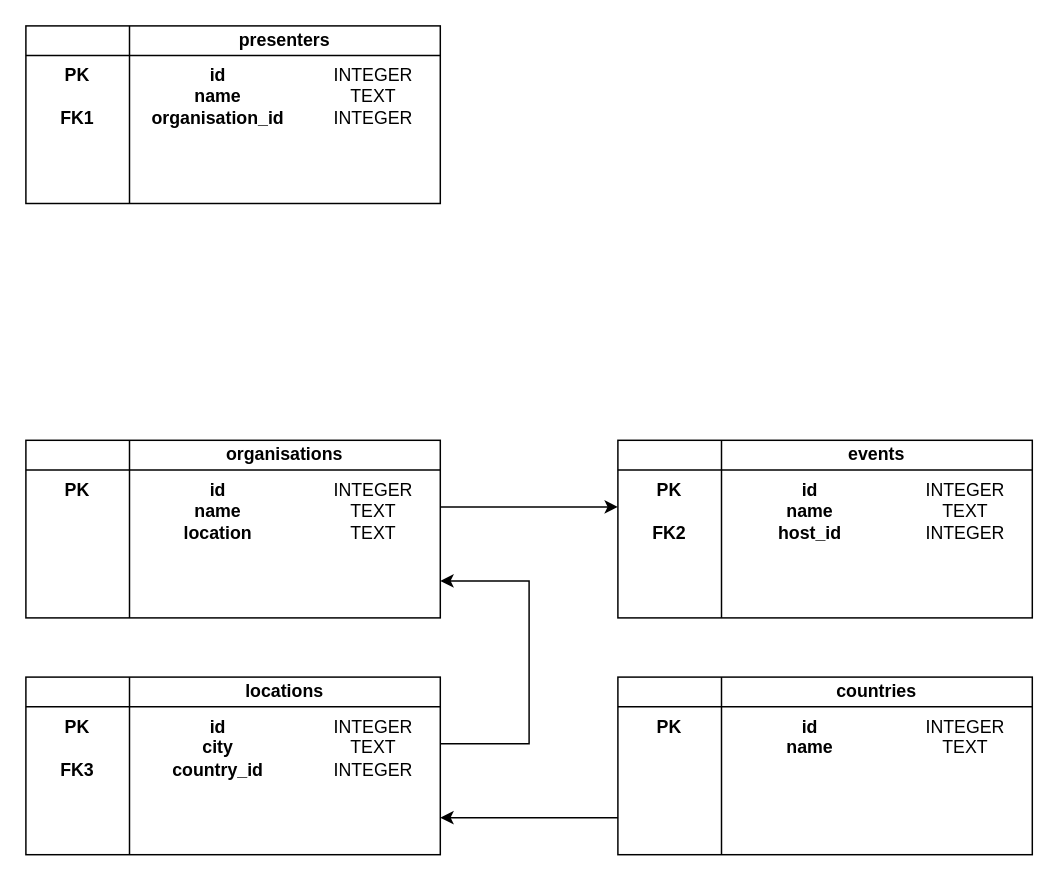
Before: persistence/events.drawio in MikeyJL/univerisity-com728, a draw.io diagram. Source tidied: cells renumbered, new cells numbered last; positions are measured from the earlier drawing's top-left corner, leaving out a move shared by most shapes. Both pictures are drawn from the tidied source at 148%, with x=0, y=0 at pixel (25, 25).
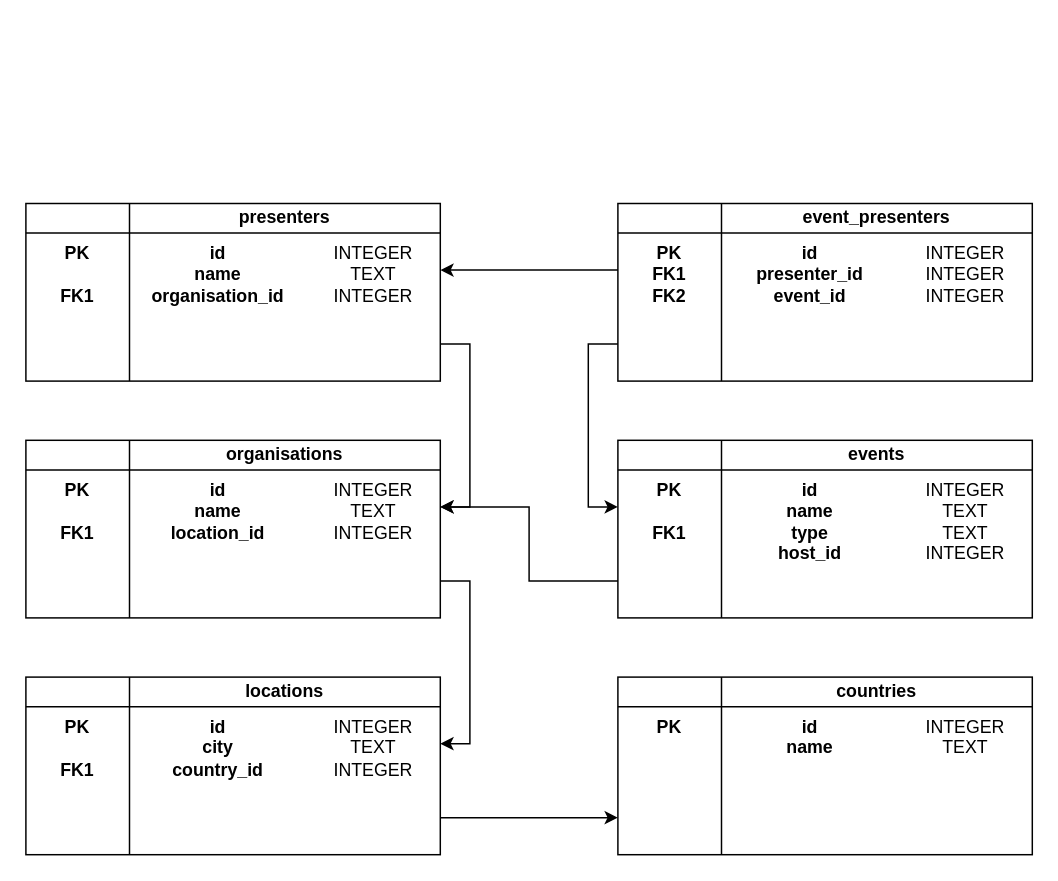
After the change.

Commit message:
Finished flow diagram

Unchanged cells that the change refers to:
```xml
<mxCell id="6" value="PK" style="text;html=1;strokeColor=none;fillColor=none;align=center;verticalAlign=top;whiteSpace=wrap;rounded=0;fontStyle=1;" parent="2" vertex="1">
  <mxGeometry y="20" width="70" height="100" as="geometry" />
</mxCell>
<mxCell id="8" style="group;" parent="1" vertex="1">
  <mxGeometry y="440" width="280" height="120" as="geometry" />
</mxCell>
<mxCell id="13" value="INTEGER&lt;br&gt;TEXT&lt;br&gt;INTEGER" style="text;html=1;strokeColor=none;fillColor=none;align=center;verticalAlign=top;whiteSpace=wrap;rounded=0;" parent="8" vertex="1">
  <mxGeometry x="190" y="20" width="90" height="100" as="geometry" />
</mxCell>
<mxCell id="14" style="group;" parent="1" vertex="1">
  <mxGeometry x="400" y="280" width="280" height="120" as="geometry" />
</mxCell>
<mxCell id="20" style="group;" parent="1" vertex="1">
  <mxGeometry y="280" width="280" height="120" as="geometry" />
</mxCell>
<mxCell id="31" value="INTEGER&lt;br&gt;TEXT&lt;br&gt;INTEGER" style="text;html=1;strokeColor=none;fillColor=none;align=center;verticalAlign=top;whiteSpace=wrap;rounded=0;" parent="26" vertex="1">
  <mxGeometry x="190" y="20" width="90" height="100" as="geometry" />
</mxCell>
```

What changed in the source:
```diff
@@
-    <mxCell id="12" value="PK&lt;br&gt;&lt;br&gt;FK3" style="text;html=1;strokeColor=none;fillColor=none;align=center;verticalAlign=top;whiteSpace=wrap;rounded=0;fontStyle=1;" parent="8" vertex="1">
+    <mxCell id="12" value="PK&lt;br&gt;&lt;br&gt;FK1" style="text;html=1;strokeColor=none;fillColor=none;align=center;verticalAlign=top;whiteSpace=wrap;rounded=0;fontStyle=1;" parent="8" vertex="1">
       <mxGeometry y="20" width="70" height="100" as="geometry" />
     </mxCell>
@@
-    <mxCell id="17" value="id&lt;br&gt;name&lt;br&gt;host_id" style="text;html=1;strokeColor=none;fillColor=none;align=center;verticalAlign=top;whiteSpace=wrap;rounded=0;fontStyle=1;" parent="14" vertex="1">
+    <mxCell id="17" value="id&lt;br&gt;name&lt;br&gt;type&lt;br&gt;host_id" style="text;html=1;strokeColor=none;fillColor=none;align=center;verticalAlign=top;whiteSpace=wrap;rounded=0;fontStyle=1;" parent="14" vertex="1">
       <mxGeometry x="70" y="20" width="120" height="100" as="geometry" />
     </mxCell>
-    <mxCell id="18" value="PK&lt;br&gt;&lt;br&gt;FK2" style="text;html=1;strokeColor=none;fillColor=none;align=center;verticalAlign=top;whiteSpace=wrap;rounded=0;fontStyle=1;" parent="14" vertex="1">
+    <mxCell id="18" value="PK&lt;br&gt;&lt;br&gt;FK1" style="text;html=1;strokeColor=none;fillColor=none;align=center;verticalAlign=top;whiteSpace=wrap;rounded=0;fontStyle=1;" parent="14" vertex="1">
       <mxGeometry y="20" width="70" height="100" as="geometry" />
     </mxCell>
-    <mxCell id="19" value="INTEGER&lt;br&gt;TEXT&lt;br&gt;INTEGER" style="text;html=1;strokeColor=none;fillColor=none;align=center;verticalAlign=top;whiteSpace=wrap;rounded=0;" parent="14" vertex="1">
+    <mxCell id="19" value="INTEGER&lt;br&gt;TEXT&lt;br&gt;TEXT&lt;br&gt;INTEGER" style="text;html=1;strokeColor=none;fillColor=none;align=center;verticalAlign=top;whiteSpace=wrap;rounded=0;" parent="14" vertex="1">
       <mxGeometry x="190" y="20" width="90" height="100" as="geometry" />
     </mxCell>
@@
-    <mxCell id="23" value="id&lt;br&gt;name&lt;br&gt;location" style="text;html=1;strokeColor=none;fillColor=none;align=center;verticalAlign=top;whiteSpace=wrap;rounded=0;fontStyle=1;" parent="20" vertex="1">
+    <mxCell id="23" value="id&lt;br&gt;name&lt;br&gt;location_id" style="text;html=1;strokeColor=none;fillColor=none;align=center;verticalAlign=top;whiteSpace=wrap;rounded=0;fontStyle=1;" parent="20" vertex="1">
       <mxGeometry x="70" y="20" width="120" height="100" as="geometry" />
     </mxCell>
-    <mxCell id="24" value="PK" style="text;html=1;strokeColor=none;fillColor=none;align=center;verticalAlign=top;whiteSpace=wrap;rounded=0;fontStyle=1;" parent="20" vertex="1">
+    <mxCell id="24" value="PK&lt;br&gt;&lt;br&gt;FK1" style="text;html=1;strokeColor=none;fillColor=none;align=center;verticalAlign=top;whiteSpace=wrap;rounded=0;fontStyle=1;" parent="20" vertex="1">
       <mxGeometry y="20" width="70" height="100" as="geometry" />
     </mxCell>
-    <mxCell id="25" value="INTEGER&lt;br&gt;TEXT&lt;br&gt;TEXT" style="text;html=1;strokeColor=none;fillColor=none;align=center;verticalAlign=top;whiteSpace=wrap;rounded=0;" parent="20" vertex="1">
+    <mxCell id="25" value="INTEGER&lt;br&gt;TEXT&lt;br&gt;INTEGER" style="text;html=1;strokeColor=none;fillColor=none;align=center;verticalAlign=top;whiteSpace=wrap;rounded=0;" parent="20" vertex="1">
       <mxGeometry x="190" y="20" width="90" height="100" as="geometry" />
     </mxCell>
     <mxCell id="26" style="group;" parent="1" vertex="1">
-      <mxGeometry width="280" height="120" as="geometry" />
+      <mxGeometry y="120" width="280" height="120" as="geometry" />
     </mxCell>
@@
-    <mxCell id="32" style="endArrow=classic;html=1;rounded=0;exitX=0;exitY=0.75;exitDx=0;exitDy=0;entryX=1;entryY=0.75;entryDx=0;entryDy=0;" parent="1" edge="1" source="6" target="13">
-      <mxGeometry relative="1" as="geometry" />
-    </mxCell>
-    <mxCell id="33" style="endArrow=classic;html=1;rounded=0;exitX=1;exitY=0.25;exitDx=0;exitDy=0;entryX=1;entryY=0.75;entryDx=0;entryDy=0;" parent="1" edge="1" source="13" target="25">
-      <mxGeometry relative="1" as="geometry">
-        <Array as="points">
-          <mxPoint x="340" y="485" />
-          <mxPoint x="340" y="375" />
-        </Array>
-      </mxGeometry>
-    </mxCell>
-    <mxCell id="34" style="endArrow=classic;html=1;rounded=0;exitX=1;exitY=0.25;exitDx=0;exitDy=0;entryX=0;entryY=0.25;entryDx=0;entryDy=0;" parent="1" edge="1" source="25" target="18">
-      <mxGeometry relative="1" as="geometry" />
-    </mxCell>
+    <mxCell id="35" style="group;" parent="1" vertex="1">
+      <mxGeometry x="400" y="120" width="280" height="120" as="geometry" />
+    </mxCell>
+    <mxCell id="36" style="shape=internalStorage;whiteSpace=wrap;html=1;backgroundOutline=1;dx=70;dy=20;" parent="35" vertex="1">
+      <mxGeometry width="280" height="120" as="geometry" />
+    </mxCell>
+    <mxCell id="37" value="&lt;b&gt;event_presenters&lt;/b&gt;" style="text;html=1;strokeColor=none;fillColor=none;align=center;verticalAlign=middle;whiteSpace=wrap;rounded=0;" parent="35" vertex="1">
+      <mxGeometry x="70" width="210" height="20" as="geometry" />
+    </mxCell>
+    <mxCell id="38" value="id&lt;br&gt;presenter_id&lt;br&gt;event_id" style="text;html=1;strokeColor=none;fillColor=none;align=center;verticalAlign=top;whiteSpace=wrap;rounded=0;fontStyle=1;" parent="35" vertex="1">
+      <mxGeometry x="70" y="20" width="120" height="100" as="geometry" />
+    </mxCell>
+    <mxCell id="39" value="PK&lt;br&gt;FK1&lt;br&gt;FK2" style="text;html=1;strokeColor=none;fillColor=none;align=center;verticalAlign=top;whiteSpace=wrap;rounded=0;fontStyle=1;" parent="35" vertex="1">
+      <mxGeometry y="20" width="70" height="100" as="geometry" />
+    </mxCell>
+    <mxCell id="40" value="INTEGER&lt;br&gt;INTEGER&lt;br&gt;INTEGER" style="text;html=1;strokeColor=none;fillColor=none;align=center;verticalAlign=top;whiteSpace=wrap;rounded=0;" parent="35" vertex="1">
+      <mxGeometry x="190" y="20" width="90" height="100" as="geometry" />
+    </mxCell>
+    <mxCell id="41" style="edgeStyle=orthogonalEdgeStyle;rounded=0;jettySize=auto;html=1;exitX=0;exitY=0.25;exitDx=0;exitDy=0;entryX=1;entryY=0.25;entryDx=0;entryDy=0;" parent="1" edge="1" source="39" target="31">
+      <mxGeometry relative="1" as="geometry" />
+    </mxCell>
+    <mxCell id="42" style="edgeStyle=orthogonalEdgeStyle;rounded=0;jettySize=auto;html=1;exitX=0;exitY=0.75;exitDx=0;exitDy=0;entryX=0;entryY=0.25;entryDx=0;entryDy=0;" parent="1" edge="1" source="39" target="18">
+      <mxGeometry relative="1" as="geometry" />
+    </mxCell>
+    <mxCell id="43" style="edgeStyle=orthogonalEdgeStyle;rounded=0;jettySize=auto;html=1;exitX=0;exitY=0.75;exitDx=0;exitDy=0;entryX=1;entryY=0.25;entryDx=0;entryDy=0;" parent="1" edge="1" source="18" target="25">
+      <mxGeometry relative="1" as="geometry" />
+    </mxCell>
+    <mxCell id="44" style="edgeStyle=orthogonalEdgeStyle;rounded=0;jettySize=auto;html=1;exitX=1;exitY=0.75;exitDx=0;exitDy=0;entryX=1;entryY=0.25;entryDx=0;entryDy=0;" parent="1" edge="1" source="31" target="25">
+      <mxGeometry relative="1" as="geometry" />
+    </mxCell>
+    <mxCell id="45" style="edgeStyle=orthogonalEdgeStyle;rounded=0;jettySize=auto;html=1;exitX=1;exitY=0.75;exitDx=0;exitDy=0;entryX=1;entryY=0.25;entryDx=0;entryDy=0;" parent="1" edge="1" source="25" target="13">
+      <mxGeometry relative="1" as="geometry" />
+    </mxCell>
+    <mxCell id="46" style="edgeStyle=orthogonalEdgeStyle;rounded=0;jettySize=auto;html=1;exitX=1;exitY=0.75;exitDx=0;exitDy=0;entryX=0;entryY=0.75;entryDx=0;entryDy=0;" parent="1" edge="1" source="13" target="6">
+      <mxGeometry relative="1" as="geometry" />
+    </mxCell>
```
